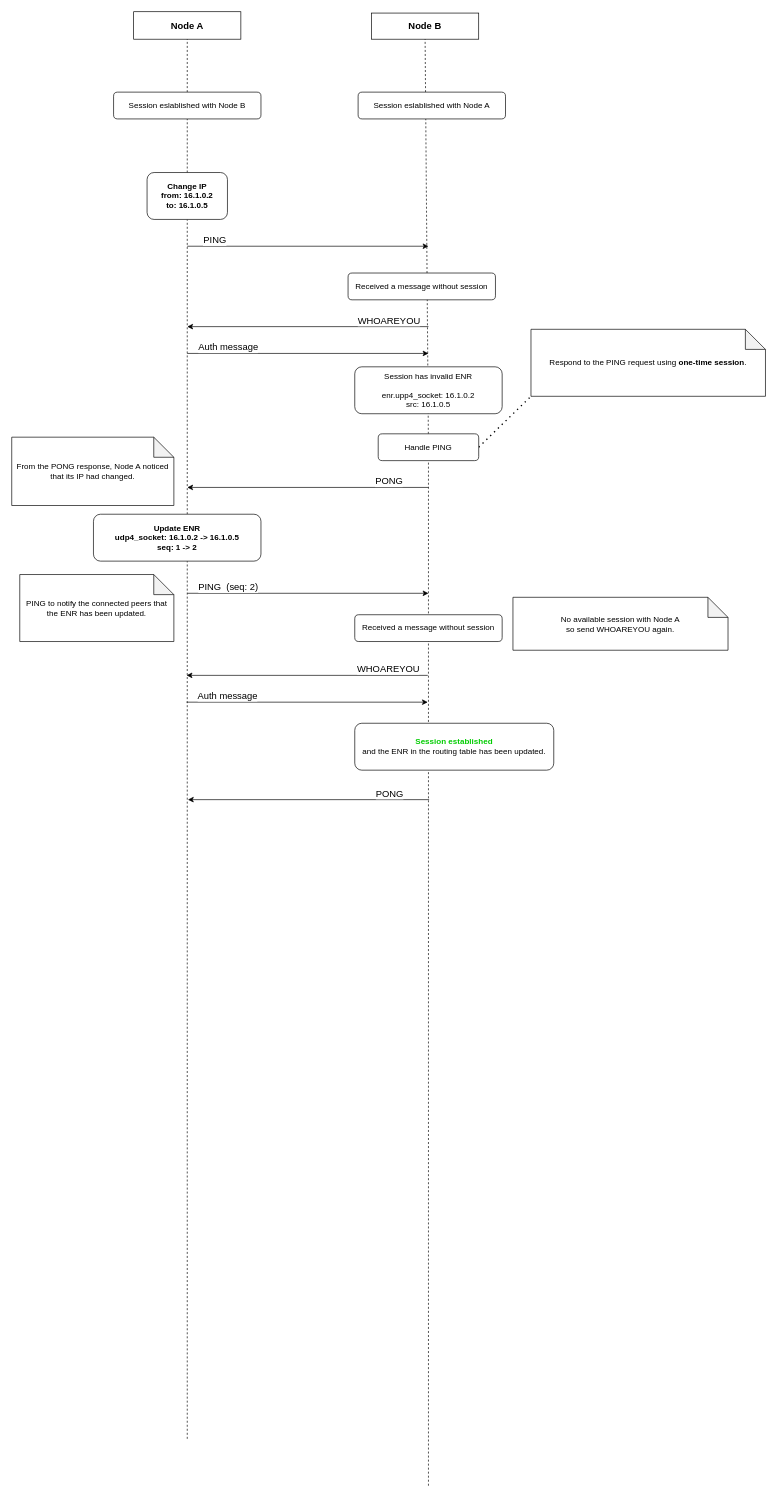
Above: discv5/pr/pr-265_onetime-session.drawio in ackintosh/sandbox (draw.io), before the change. Source tidied: cells renumbered, new cells numbered last; positions are measured from the earlier drawing's top-left corner, leaving out a move shared by most shapes. Both pictures are drawn from the tidied source at 67%, with x=0, y=0 at pixel (11, 11).
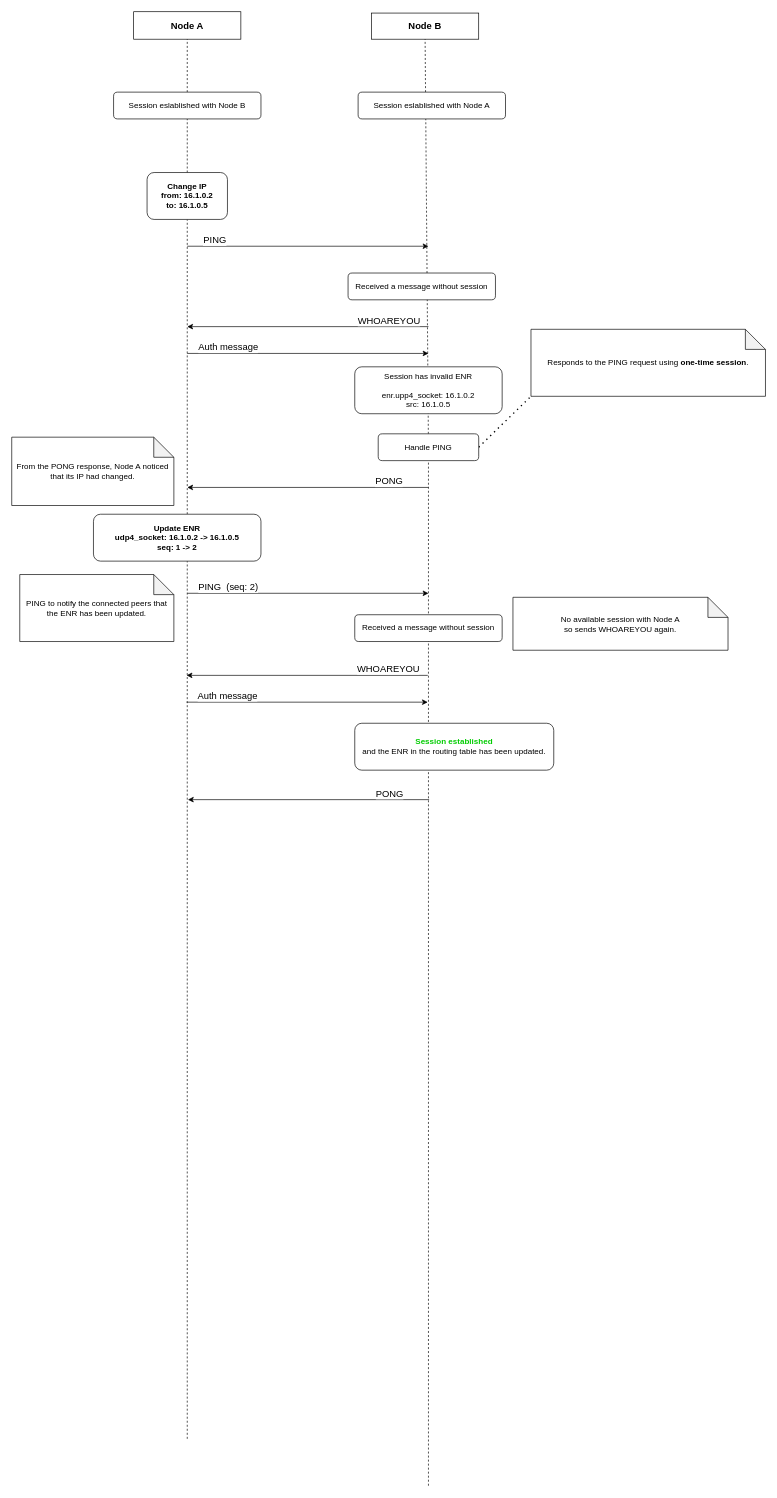
Above is the later version.

Change to the diagram source:
```diff
@@
-    <mxCell id="26" value="Respond to the PING request using &lt;b&gt;one-time session&lt;/b&gt;." style="shape=note;whiteSpace=wrap;html=1;backgroundOutline=1;darkOpacity=0.05;" parent="1" vertex="1">
+    <mxCell id="26" value="Responds to the PING request using &lt;b&gt;one-time session&lt;/b&gt;." style="shape=note;whiteSpace=wrap;html=1;backgroundOutline=1;darkOpacity=0.05;" parent="1" vertex="1">
       <mxGeometry x="775" y="474" width="350" height="100" as="geometry" />
     </mxCell>
@@
-    <mxCell id="28" value="No available session with Node A&lt;br&gt;so send WHOAREYOU again." style="shape=note;whiteSpace=wrap;html=1;backgroundOutline=1;darkOpacity=0.05;" parent="1" vertex="1">
+    <mxCell id="28" value="No available session with Node A&lt;br&gt;so sends WHOAREYOU again." style="shape=note;whiteSpace=wrap;html=1;backgroundOutline=1;darkOpacity=0.05;" parent="1" vertex="1">
       <mxGeometry x="748.1" y="874" width="321" height="79" as="geometry" />
     </mxCell>
```
